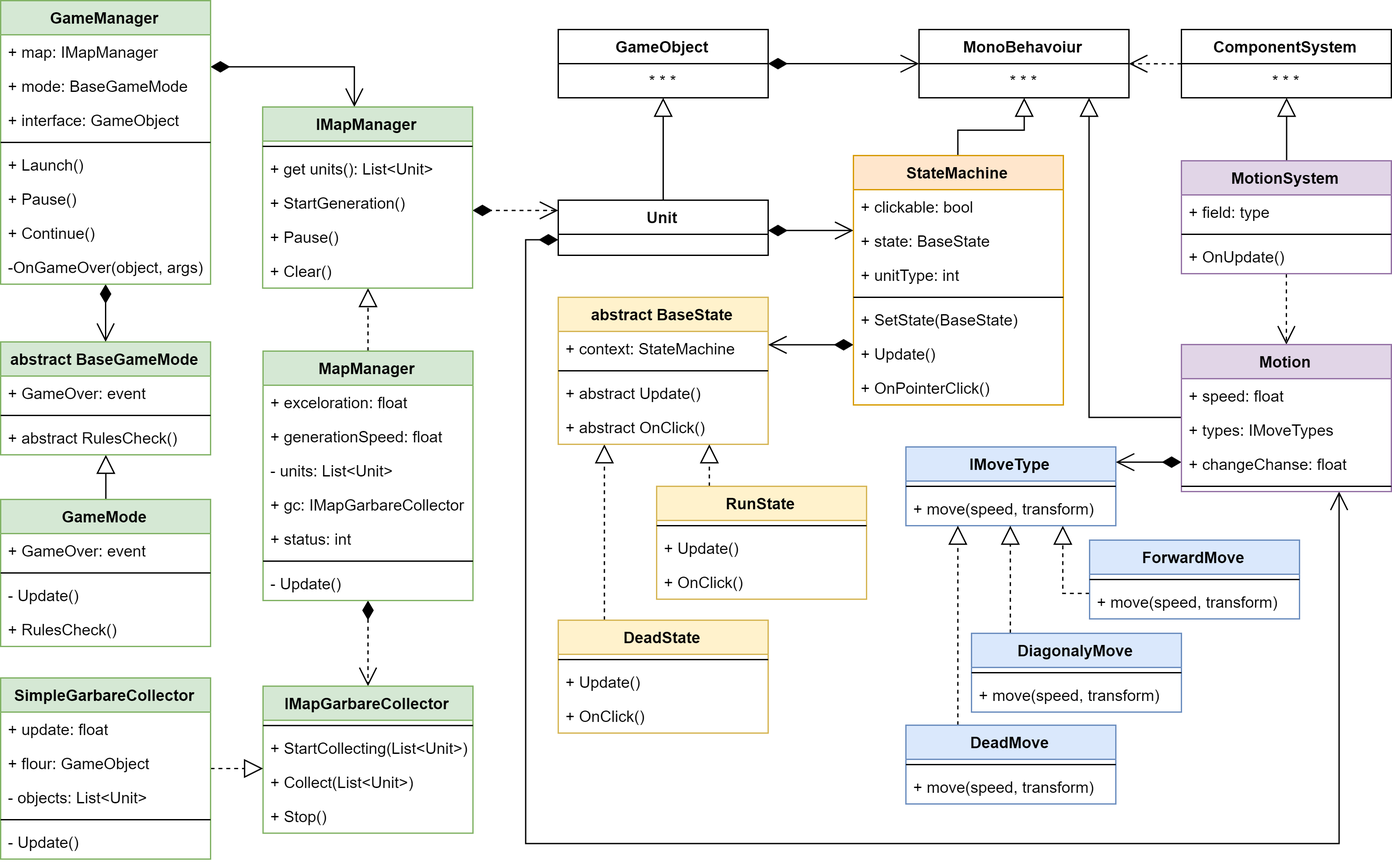
Earlier version of the draw.io export Docs/class diagram.png (EdwardBrave/SimpleClicker). Source tidied: cells renumbered, new cells last; positions are measured from the earlier drawing's top-left corner, leaving out a move shared by most shapes.
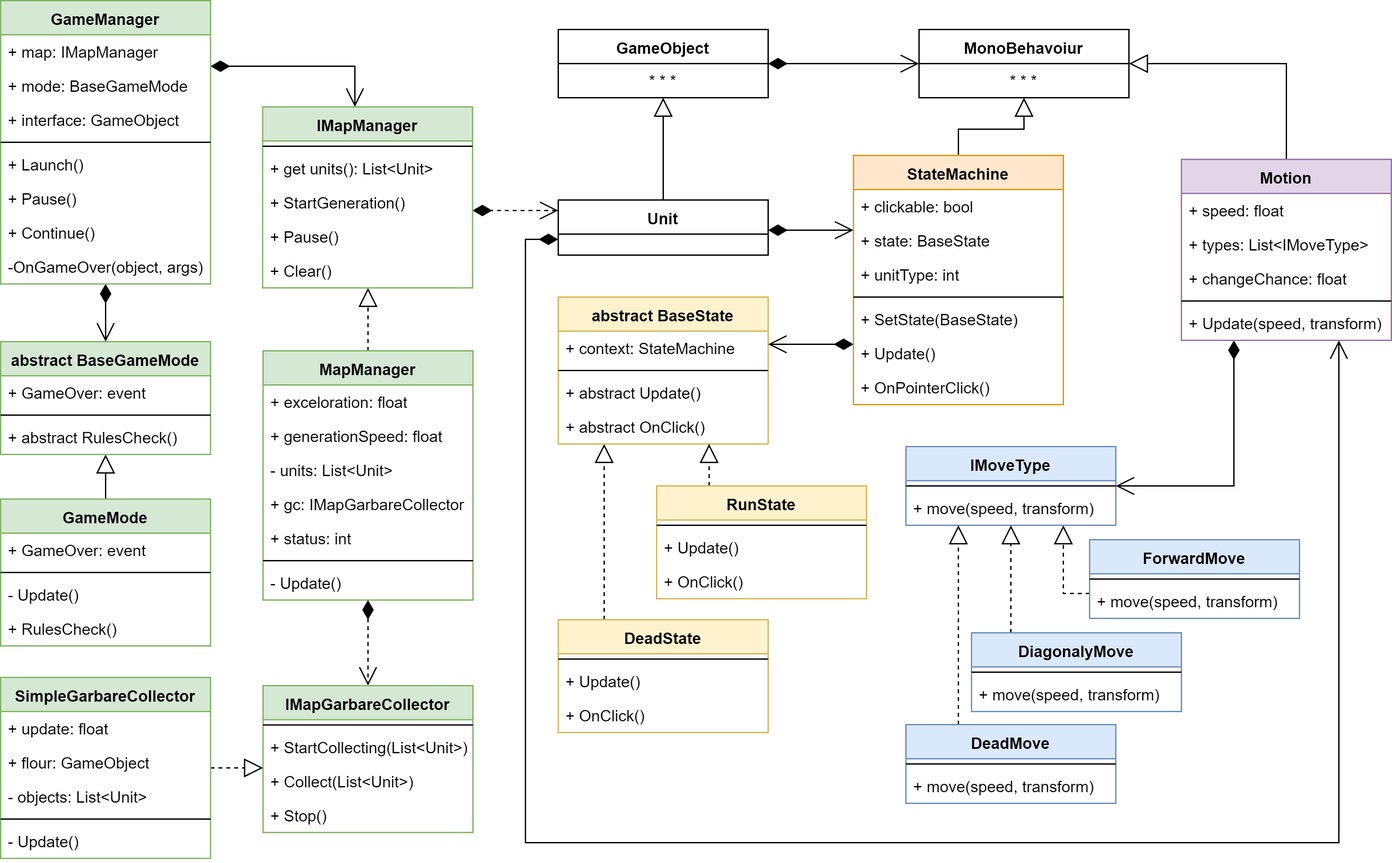
After the change.

Change to the diagram source:
```diff
@@ -119,36 +119,16 @@
     <mxCell id="34" value="* * *" style="text;strokeColor=none;fillColor=none;align=center;verticalAlign=top;spacingLeft=4;spacingRight=4;overflow=hidden;" parent="33" vertex="1">
       <mxGeometry y="26" width="160" height="26" as="geometry" />
     </mxCell>
-    <mxCell id="35" style="edgeStyle=orthogonalEdgeStyle;rounded=0;jettySize=auto;html=1;startArrow=none;startFill=0;startSize=12;endArrow=open;endFill=0;endSize=12;dashed=1;" parent="1" edge="1" source="36" target="33">
-      <mxGeometry relative="1" as="geometry">
-        <Array as="points">
-          <mxPoint x="880" y="48" />
-          <mxPoint x="880" y="48" />
-        </Array>
-      </mxGeometry>
-    </mxCell>
-    <mxCell id="36" value="ComponentSystem" style="swimlane;fontStyle=1;align=center;verticalAlign=top;horizontal=1;startSize=26;" parent="1" vertex="1">
-      <mxGeometry x="900" y="22" width="160" height="52" as="geometry" />
-    </mxCell>
-    <mxCell id="37" value="* * *" style="text;strokeColor=none;fillColor=none;align=center;verticalAlign=top;spacingLeft=4;spacingRight=4;overflow=hidden;" parent="36" vertex="1">
-      <mxGeometry y="26" width="160" height="26" as="geometry" />
-    </mxCell>
-    <mxCell id="38" style="edgeStyle=orthogonalEdgeStyle;rounded=0;jettySize=auto;html=1;startArrow=none;startFill=0;startSize=12;endArrow=open;endFill=0;endSize=12;dashed=1;" parent="1" edge="1" source="72" target="86">
-      <mxGeometry relative="1" as="geometry">
-        <Array as="points">
-          <mxPoint x="1045" y="292" />
-          <mxPoint x="1045" y="292" />
-        </Array>
-      </mxGeometry>
-    </mxCell>
     <mxCell id="39" style="edgeStyle=orthogonalEdgeStyle;rounded=0;jettySize=auto;html=1;startArrow=none;startFill=0;startSize=12;endArrow=block;endFill=0;endSize=12;" parent="1" edge="1" source="76" target="3">
       <mxGeometry relative="1" as="geometry" />
     </mxCell>
     <mxCell id="40" style="edgeStyle=orthogonalEdgeStyle;rounded=0;jettySize=auto;html=1;startArrow=none;startFill=0;startSize=12;endArrow=block;endFill=0;endSize=12;" parent="1" edge="1" source="77" target="33">
       <mxGeometry relative="1" as="geometry" />
     </mxCell>
-    <mxCell id="41" style="edgeStyle=orthogonalEdgeStyle;rounded=0;jettySize=auto;html=1;startArrow=none;startFill=0;startSize=12;endArrow=block;endFill=0;endSize=12;" parent="1" edge="1" source="72" target="36">
-      <mxGeometry relative="1" as="geometry" />
+    <mxCell id="41" style="edgeStyle=orthogonalEdgeStyle;rounded=0;jettySize=auto;html=1;startArrow=none;startFill=0;startSize=12;endArrow=block;endFill=0;endSize=12;" parent="1" edge="1" target="x">
+      <mxGeometry relative="1" as="geometry">
+        <mxPoint x="980.3" y="122" as="sourcePoint" />
+      </mxGeometry>
     </mxCell>
     <mxCell id="42" style="edgeStyle=orthogonalEdgeStyle;rounded=0;jettySize=auto;html=1;startArrow=diamondThin;startFill=1;startSize=12;endArrow=open;endFill=0;endSize=12;" parent="1" edge="1" source="76" target="77">
       <mxGeometry relative="1" as="geometry">
@@ -212,8 +192,7 @@
     <mxCell id="55" style="edgeStyle=orthogonalEdgeStyle;rounded=0;jettySize=auto;html=1;startSize=12;endArrow=open;endFill=0;endSize=12;startArrow=diamondThin;startFill=1;" parent="1" edge="1" source="86" target="48">
       <mxGeometry relative="1" as="geometry">
         <Array as="points">
-          <mxPoint x="890" y="352" />
-          <mxPoint x="890" y="352" />
+          <mxPoint x="940" y="370" />
         </Array>
       </mxGeometry>
     </mxCell>
@@ -280,18 +259,6 @@
         </Array>
       </mxGeometry>
     </mxCell>
-    <mxCell id="72" value="MotionSystem" style="swimlane;fontStyle=1;align=center;verticalAlign=top;horizontal=1;startSize=26;fillColor=#e1d5e7;strokeColor=#9673a6;" parent="1" vertex="1">
-      <mxGeometry x="900" y="122" width="160" height="86" as="geometry" />
-    </mxCell>
-    <mxCell id="73" value="+ field: type" style="text;strokeColor=none;fillColor=none;align=left;verticalAlign=top;spacingLeft=4;spacingRight=4;overflow=hidden;" parent="72" vertex="1">
-      <mxGeometry y="26" width="160" height="26" as="geometry" />
-    </mxCell>
-    <mxCell id="74" style="line;strokeWidth=1;fillColor=none;align=left;verticalAlign=middle;spacingTop=-1;spacingLeft=3;spacingRight=3;labelPosition=right;" parent="72" vertex="1">
-      <mxGeometry y="52" width="160" height="8" as="geometry" />
-    </mxCell>
-    <mxCell id="75" value="+ OnUpdate()" style="text;strokeColor=none;fillColor=none;align=left;verticalAlign=top;spacingLeft=4;spacingRight=4;overflow=hidden;" parent="72" vertex="1">
-      <mxGeometry y="60" width="160" height="26" as="geometry" />
-    </mxCell>
     <mxCell id="76" value="Unit" style="swimlane;fontStyle=1;align=center;verticalAlign=top;horizontal=1;startSize=26;" parent="1" vertex="1">
       <mxGeometry x="425" y="152" width="160" height="42" as="geometry" />
     </mxCell>
@@ -322,25 +289,28 @@
     <mxCell id="85" style="edgeStyle=orthogonalEdgeStyle;rounded=0;jettySize=auto;html=1;startArrow=none;startFill=0;startSize=12;endArrow=block;endFill=0;endSize=12;" parent="1" edge="1" source="86" target="33">
       <mxGeometry relative="1" as="geometry">
         <Array as="points">
-          <mxPoint x="830" y="318" />
+          <mxPoint x="980" y="48" />
         </Array>
       </mxGeometry>
     </mxCell>
     <mxCell id="86" value="Motion" style="swimlane;fontStyle=1;align=center;verticalAlign=top;horizontal=1;startSize=26;fillColor=#e1d5e7;strokeColor=#9673a6;" parent="1" vertex="1">
-      <mxGeometry x="900" y="262" width="160" height="112" as="geometry" />
+      <mxGeometry x="900" y="121" width="160" height="138" as="geometry" />
     </mxCell>
     <mxCell id="87" value="+ speed: float" style="text;strokeColor=none;fillColor=none;align=left;verticalAlign=top;spacingLeft=4;spacingRight=4;overflow=hidden;" parent="86" vertex="1">
       <mxGeometry y="26" width="160" height="26" as="geometry" />
     </mxCell>
-    <mxCell id="88" value="+ types: IMoveTypes" style="text;strokeColor=none;fillColor=none;align=left;verticalAlign=top;spacingLeft=4;spacingRight=4;overflow=hidden;" parent="86" vertex="1">
+    <mxCell id="88" value="+ types: List&lt;IMoveType&gt;" style="text;strokeColor=none;fillColor=none;align=left;verticalAlign=top;spacingLeft=4;spacingRight=4;overflow=hidden;" parent="86" vertex="1">
       <mxGeometry y="52" width="160" height="26" as="geometry" />
     </mxCell>
-    <mxCell id="89" value="+ changeChanse: float" style="text;strokeColor=none;fillColor=none;align=left;verticalAlign=top;spacingLeft=4;spacingRight=4;overflow=hidden;" parent="86" vertex="1">
+    <mxCell id="89" value="+ changeChance: float" style="text;strokeColor=none;fillColor=none;align=left;verticalAlign=top;spacingLeft=4;spacingRight=4;overflow=hidden;" parent="86" vertex="1">
       <mxGeometry y="78" width="160" height="26" as="geometry" />
     </mxCell>
     <mxCell id="90" style="line;strokeWidth=1;fillColor=none;align=left;verticalAlign=middle;spacingTop=-1;spacingLeft=3;spacingRight=3;labelPosition=right;" parent="86" vertex="1">
       <mxGeometry y="104" width="160" height="8" as="geometry" />
     </mxCell>
+    <mxCell id="117" value="+ Update(speed, transform)" style="text;strokeColor=none;fillColor=none;align=left;verticalAlign=top;spacingLeft=4;spacingRight=4;overflow=hidden;" parent="86" vertex="1">
+      <mxGeometry y="112" width="160" height="26" as="geometry" />
+    </mxCell>
     <mxCell id="91" style="edgeStyle=orthogonalEdgeStyle;rounded=0;jettySize=auto;html=1;startArrow=none;startFill=0;startSize=12;endArrow=block;endFill=0;endSize=12;dashed=1;" parent="1" edge="1" source="92" target="48">
       <mxGeometry relative="1" as="geometry">
         <Array as="points">
```
